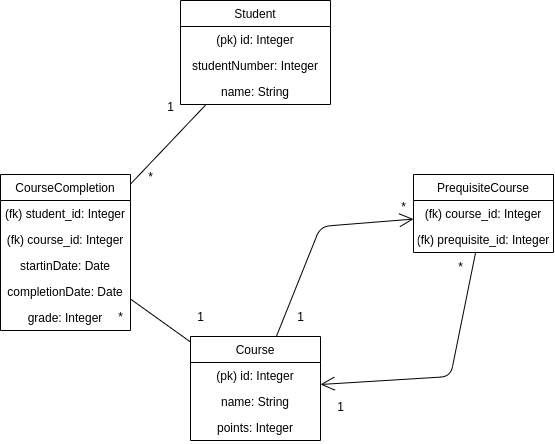
This is documentation/csgo_tietokantakaavio.png from akirataguchi115/csgo, a draw.io export, as it was before one commit. Source tidied: cells renumbered, new cells last; positions are measured from the earlier drawing's top-left corner, leaving out a move shared by most shapes.
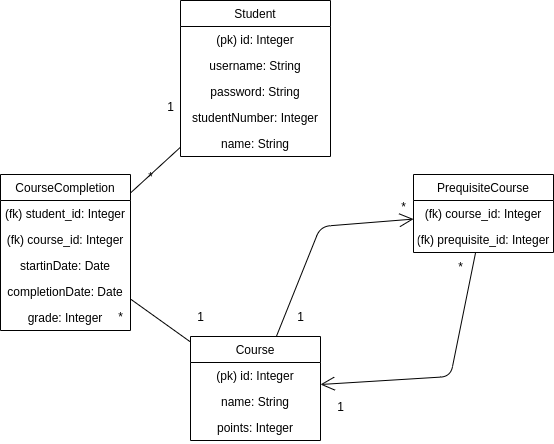
After the change.

Change to the diagram source:
```diff
@@ -42,16 +42,22 @@
       <mxGeometry y="130" width="130" height="26" as="geometry" />
     </mxCell>
     <mxCell id="15" value="Student" style="swimlane;fontStyle=0;horizontal=1;startSize=26;fillColor=none;" parent="1" vertex="1">
-      <mxGeometry x="180" width="150" height="104" as="geometry" />
+      <mxGeometry x="180" width="150" height="156" as="geometry" />
     </mxCell>
     <mxCell id="16" value="(pk) id: Integer" style="text;strokeColor=none;fillColor=none;align=center;verticalAlign=top;spacingLeft=4;spacingRight=4;overflow=hidden;" parent="15" vertex="1">
       <mxGeometry y="26" width="150" height="26" as="geometry" />
     </mxCell>
+    <mxCell id="31" value="username: String" style="text;strokeColor=none;fillColor=none;align=center;verticalAlign=top;spacingLeft=4;spacingRight=4;overflow=hidden;" parent="15" vertex="1">
+      <mxGeometry y="52" width="150" height="26" as="geometry" />
+    </mxCell>
+    <mxCell id="32" value="password: String" style="text;strokeColor=none;fillColor=none;align=center;verticalAlign=top;spacingLeft=4;spacingRight=4;overflow=hidden;" parent="15" vertex="1">
+      <mxGeometry y="78" width="150" height="26" as="geometry" />
+    </mxCell>
     <mxCell id="17" value="studentNumber: Integer" style="text;strokeColor=none;fillColor=none;align=center;verticalAlign=top;spacingLeft=4;spacingRight=4;overflow=hidden;" parent="15" vertex="1">
-      <mxGeometry y="52" width="150" height="26" as="geometry" />
+      <mxGeometry y="104" width="150" height="26" as="geometry" />
     </mxCell>
     <mxCell id="18" value="name: String" style="text;strokeColor=none;fillColor=none;align=center;verticalAlign=top;spacingLeft=4;spacingRight=4;overflow=hidden;" parent="15" vertex="1">
-      <mxGeometry y="78" width="150" height="26" as="geometry" />
+      <mxGeometry y="130" width="150" height="26" as="geometry" />
     </mxCell>
     <mxCell id="19" style="endArrow=none;html=1;" parent="1" edge="1" source="9" target="15">
       <mxGeometry relative="1" as="geometry" />
```
